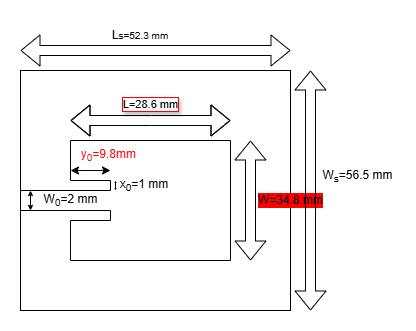
The draw.io diagram 04 Prototype udvikling/Antenne/Antenna 0/Dimensionvalues_antenna0.drawio.png in Scramtv/ESD_P5, before a commit. Source tidied: cells renumbered, new cells last; positions are measured from the earlier drawing's top-left corner, leaving out a move shared by most shapes.
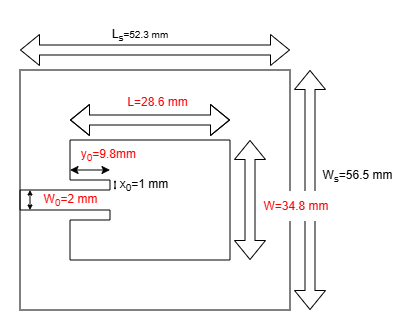
The same file after the commit.

Diff of the diagram source:
```diff
@@ -83,11 +83,6 @@
         <mxPoint x="230" y="120" as="targetPoint" />
       </mxGeometry>
     </mxCell>
-    <mxCell id="16" value="W=34.8 mm" style="edgeLabel;html=1;align=center;verticalAlign=middle;fontSize=12;labelBackgroundColor=#FF0000;" parent="15" vertex="1">
-      <mxGeometry x="-0.01" y="1" relative="1" as="geometry">
-        <mxPoint x="41" y="-1" as="offset" />
-      </mxGeometry>
-    </mxCell>
     <mxCell id="17" style="shape=flexArrow;endArrow=classic;startArrow=classic;html=1;rounded=0;" parent="1" edge="1">
       <mxGeometry relative="1" as="geometry">
         <mxPoint x="50" y="100" as="sourcePoint" />
@@ -97,18 +92,13 @@
         </Array>
       </mxGeometry>
     </mxCell>
-    <mxCell id="18" value="L=28.6 mm" style="edgeLabel;html=1;align=center;verticalAlign=middle;labelBackgroundColor=light-dark(#ffffff, #ff9090);fontColor=light-dark(#000000,#EDEDED);textShadow=1;labelBorderColor=#FF0000;" parent="17" vertex="1">
-      <mxGeometry x="0.04" y="-3" relative="1" as="geometry">
-        <mxPoint x="-4" y="-19" as="offset" />
-      </mxGeometry>
-    </mxCell>
     <mxCell id="19" style="endArrow=classic;startArrow=classic;html=1;rounded=0;" parent="1" edge="1">
       <mxGeometry relative="1" as="geometry">
         <mxPoint x="50" y="150" as="sourcePoint" />
         <mxPoint x="90" y="150" as="targetPoint" />
       </mxGeometry>
     </mxCell>
-    <mxCell id="20" value="&lt;font style=&quot;color: light-dark(rgb(252, 4, 4), rgb(237, 237, 237));&quot;&gt;y&lt;sub&gt;0&lt;/sub&gt;=9.8mm&amp;nbsp;&lt;/font&gt;" style="text;html=1;whiteSpace=wrap;strokeColor=none;fillColor=none;align=center;verticalAlign=middle;rounded=0;" parent="1" vertex="1">
+    <mxCell id="20" value="&lt;font style=&quot;color: light-dark(rgb(252, 0, 0), rgb(237, 237, 237));&quot;&gt;y&lt;sub style=&quot;&quot;&gt;0&lt;/sub&gt;=9.8mm&amp;nbsp;&lt;/font&gt;" style="text;html=1;whiteSpace=wrap;strokeColor=none;fillColor=none;align=center;verticalAlign=middle;rounded=0;" parent="1" vertex="1">
       <mxGeometry x="50" y="120" width="80" height="30" as="geometry" />
     </mxCell>
     <mxCell id="21" style="endArrow=classic;startArrow=classic;html=1;rounded=0;strokeWidth=1;startSize=3;endSize=3;" parent="1" edge="1">
@@ -117,7 +107,7 @@
         <mxPoint x="10" y="170" as="targetPoint" />
       </mxGeometry>
     </mxCell>
-    <mxCell id="22" value="W&lt;sub&gt;0&lt;/sub&gt;=2 mm" style="text;html=1;whiteSpace=wrap;strokeColor=none;fillColor=none;align=center;verticalAlign=middle;rounded=0;" parent="1" vertex="1">
+    <mxCell id="22" value="&lt;font style=&quot;color: light-dark(rgb(252, 0, 0), rgb(237, 237, 237));&quot;&gt;W&lt;sub&gt;0&lt;/sub&gt;=2&lt;span style=&quot;background-color: transparent;&quot;&gt;&amp;nbsp;mm&lt;/span&gt;&lt;/font&gt;" style="text;html=1;whiteSpace=wrap;strokeColor=none;fillColor=none;align=center;verticalAlign=middle;rounded=0;" parent="1" vertex="1">
       <mxGeometry x="11" y="150" width="79" height="60" as="geometry" />
     </mxCell>
     <mxCell id="23" style="shape=flexArrow;endArrow=classic;startArrow=classic;html=1;rounded=0;" parent="1" edge="1">
@@ -126,7 +116,7 @@
         <mxPoint x="270" y="30" as="targetPoint" />
       </mxGeometry>
     </mxCell>
-    <mxCell id="24" value="L&lt;span style=&quot;font-size: 10px;&quot;&gt;s=52.3 mm&lt;/span&gt;" style="text;html=1;whiteSpace=wrap;strokeColor=none;fillColor=none;align=center;verticalAlign=middle;rounded=0;" parent="1" vertex="1">
+    <mxCell id="24" value="&lt;font style=&quot;color: rgb(0, 0, 0);&quot;&gt;L&lt;sub&gt;s&lt;/sub&gt;&lt;span style=&quot;font-size: 10px;&quot;&gt;=52.3 mm&lt;/span&gt;&lt;/font&gt;" style="text;html=1;whiteSpace=wrap;strokeColor=none;fillColor=none;align=center;verticalAlign=middle;rounded=0;fontColor=light-dark(#fd0000, #ededed);" parent="1" vertex="1">
       <mxGeometry x="90" width="60" height="30" as="geometry" />
     </mxCell>
     <mxCell id="25" style="shape=flexArrow;endArrow=classic;startArrow=classic;html=1;rounded=0;" parent="1" edge="1">
@@ -147,5 +137,11 @@
     <mxCell id="28" value="x&lt;sub&gt;0&lt;/sub&gt;=1 mm" style="text;html=1;whiteSpace=wrap;strokeColor=none;fillColor=none;align=center;verticalAlign=middle;rounded=0;" parent="1" vertex="1">
       <mxGeometry x="94" y="150" width="60" height="29" as="geometry" />
     </mxCell>
+    <mxCell id="18" value="&lt;font style=&quot;color: light-dark(rgb(252, 0, 0), rgb(237, 237, 237));&quot;&gt;L=28.6 mm&lt;/font&gt;" style="text;html=1;whiteSpace=wrap;strokeColor=none;fillColor=none;align=center;verticalAlign=middle;rounded=0;" parent="1" vertex="1">
+      <mxGeometry x="102" y="67" width="71" height="30" as="geometry" />
+    </mxCell>
+    <mxCell id="16" value="&lt;font style=&quot;color: light-dark(rgb(252, 0, 0), rgb(237, 237, 237));&quot;&gt;W=34.8 mm&lt;/font&gt;" style="text;html=1;whiteSpace=wrap;align=center;verticalAlign=middle;rounded=0;fillColor=default;strokeColor=none;" parent="1" vertex="1">
+      <mxGeometry x="238" y="171" width="76" height="30" as="geometry" />
+    </mxCell>
   </root>
 </mxGraphModel>
```
